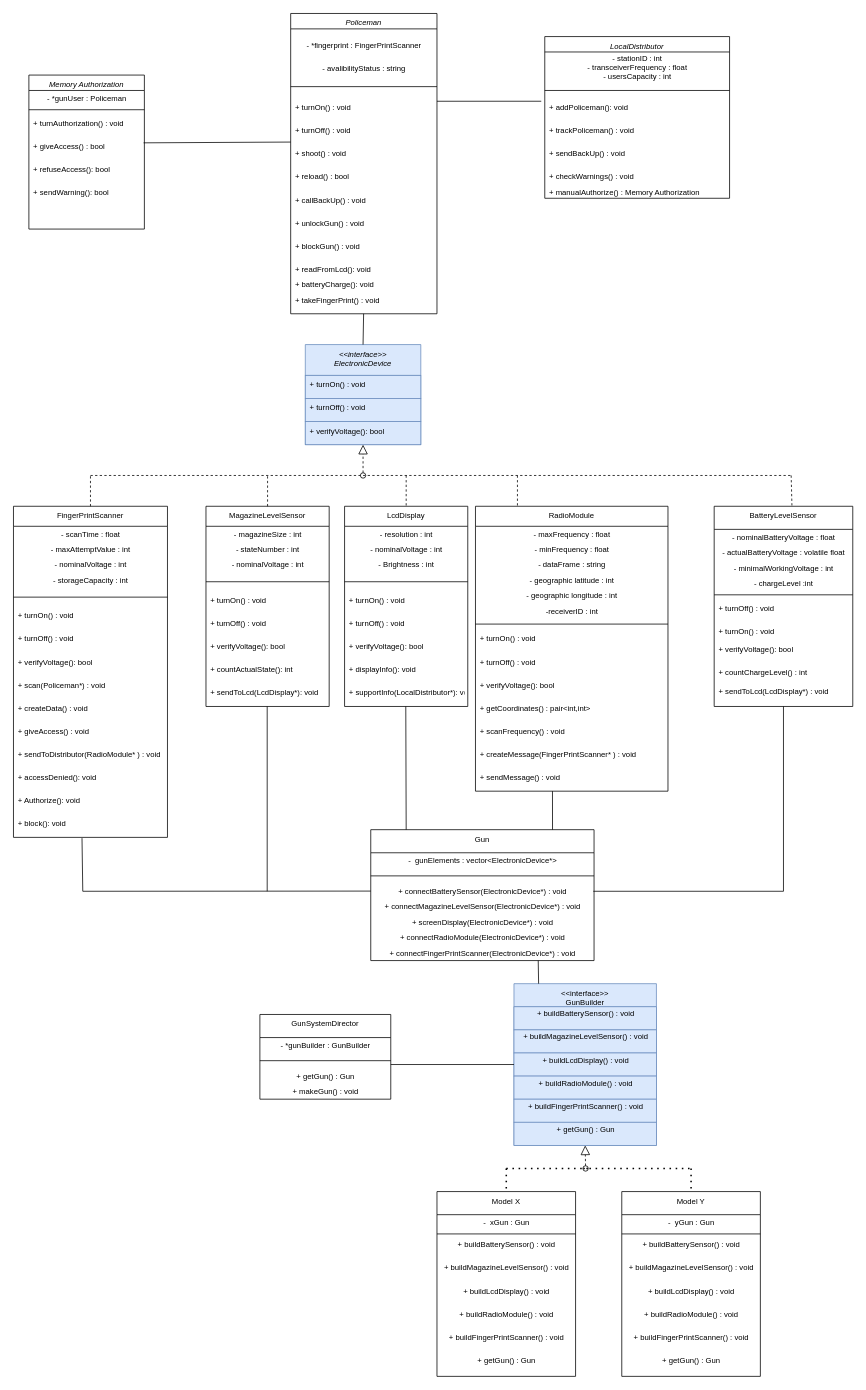
Above: Untitled Diagram.drawio in mardyr/UML-and-diagrams (draw.io), before the change. Source tidied: cells renumbered, new cells numbered last; positions are measured from the earlier drawing's top-left corner, leaving out a move shared by most shapes. Both pictures are drawn from the tidied source at 77%, with x=0, y=0 at pixel (13, 13).
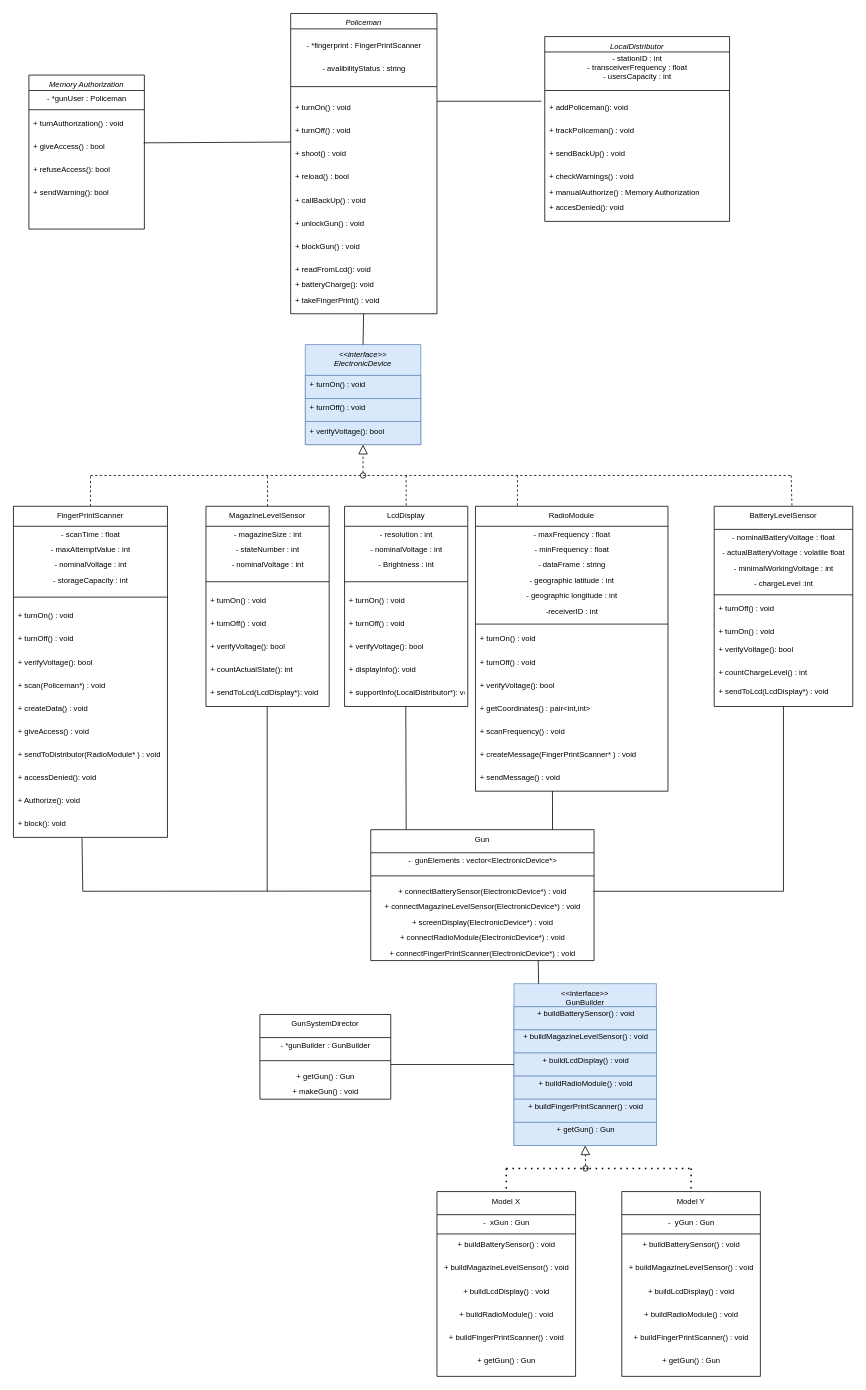
After the change.

The edit, as a diff of the source:
```diff
@@
     <mxCell id="151" value="LocalDistributor" style="swimlane;fontStyle=2;align=center;verticalAlign=top;horizontal=1;startSize=20;rounded=0;shadow=0;strokeWidth=1;fontSize=10;" parent="1" vertex="1">
-      <mxGeometry x="690" y="30" width="240" height="210" as="geometry" />
+      <mxGeometry x="690" y="30" width="240" height="240" as="geometry" />
     </mxCell>
@@
+    <mxCell id="160" value="+ accesDenied(): void&#10;" style="text;align=left;verticalAlign=top;spacingLeft=4;spacingRight=4;overflow=hidden;fontStyle=0;fontSize=10;" parent="151" vertex="1">
+      <mxGeometry y="210" width="240" height="30" as="geometry" />
+    </mxCell>
```
